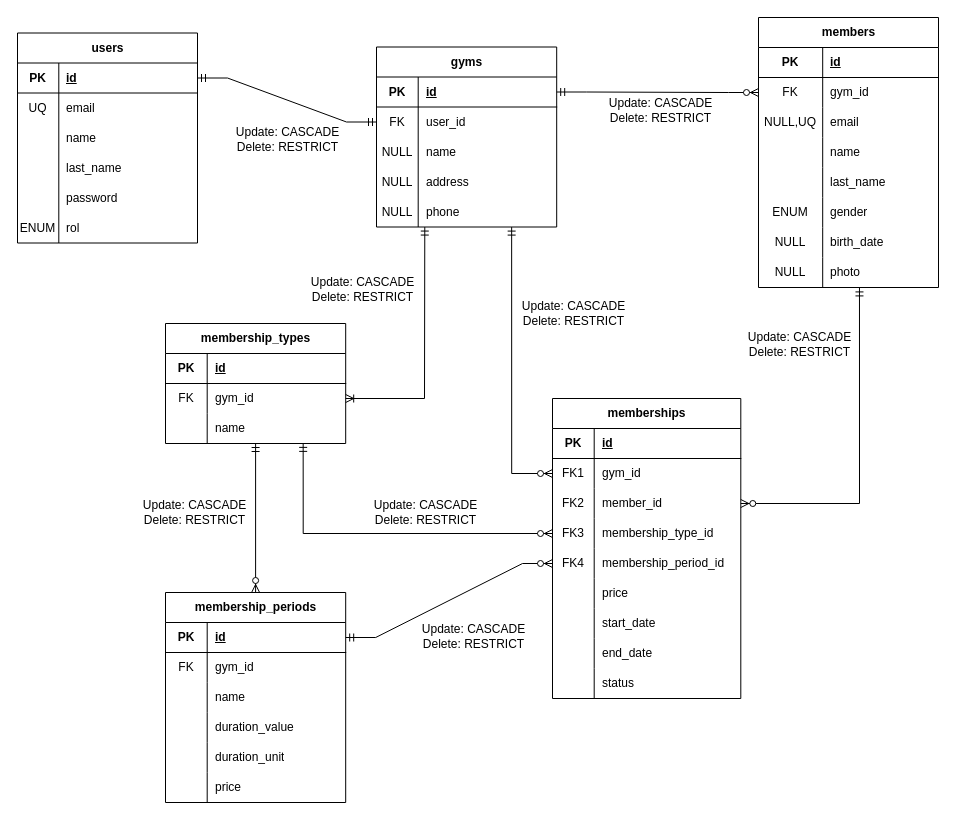
Before: docs/logical-design.drawio in hdz-kevin/Trainly, a draw.io diagram. Source tidied: cells renumbered, new cells numbered last; positions are measured from the earlier drawing's top-left corner, leaving out a move shared by most shapes. Both pictures are drawn from the tidied source at 100%, with x=0, y=0 at pixel (17, 17).
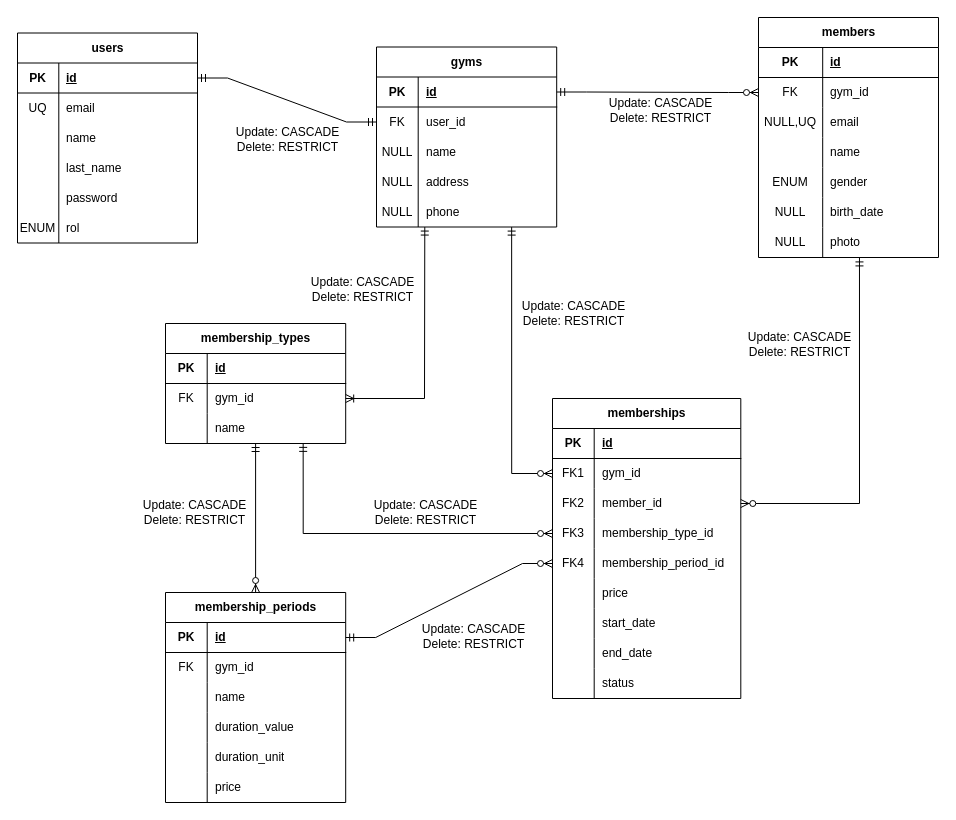
After the change.

Commit message (it also covers changes not shown here):
update db member entity

Change to the diagram source:
```diff
@@
     <mxCell id="39" value="members" style="shape=table;startSize=30;childLayout=tableLayout;rowLines=0;fontStyle=1;align=center;html=1;" parent="1" vertex="1">
-      <mxGeometry x="741" width="180" height="270" as="geometry" />
+      <mxGeometry x="741" width="180" height="240" as="geometry" />
     </mxCell>
@@
-    <mxCell id="52" style="shape=tableRow;horizontal=0;startSize=0;swimlaneHead=0;swimlaneBody=0;fillColor=none;top=0;left=0;right=0;bottom=0;" parent="39" vertex="1">
-      <mxGeometry y="150" width="180" height="30" as="geometry" />
-    </mxCell>
-    <mxCell id="53" style="shape=partialRectangle;fillColor=none;top=0;left=0;bottom=0;right=0;overflow=hidden;whiteSpace=wrap;html=1;" parent="52" vertex="1">
-      <mxGeometry width="64.2" height="30" as="geometry" />
-    </mxCell>
-    <mxCell id="54" value="last_name" style="shape=partialRectangle;fillColor=none;top=0;left=0;bottom=0;right=0;align=left;spacingLeft=6;overflow=hidden;whiteSpace=wrap;html=1;" parent="52" vertex="1">
-      <mxGeometry x="64.2" width="115.8" height="30" as="geometry" />
-    </mxCell>
     <mxCell id="55" style="shape=tableRow;horizontal=0;startSize=0;swimlaneHead=0;swimlaneBody=0;fillColor=none;top=0;left=0;right=0;bottom=0;" parent="39" vertex="1">
-      <mxGeometry y="180" width="180" height="30" as="geometry" />
+      <mxGeometry y="150" width="180" height="30" as="geometry" />
     </mxCell>
@@
     <mxCell id="58" style="shape=tableRow;horizontal=0;startSize=0;swimlaneHead=0;swimlaneBody=0;fillColor=none;top=0;left=0;right=0;bottom=0;" parent="39" vertex="1">
-      <mxGeometry y="210" width="180" height="30" as="geometry" />
+      <mxGeometry y="180" width="180" height="30" as="geometry" />
     </mxCell>
@@
     <mxCell id="61" style="shape=tableRow;horizontal=0;startSize=0;swimlaneHead=0;swimlaneBody=0;fillColor=none;points=[[0,0.5],[1,0.5]];portConstraint=eastwest;top=0;left=0;right=0;bottom=0;" parent="39" vertex="1">
-      <mxGeometry y="240" width="180" height="30" as="geometry" />
+      <mxGeometry y="210" width="180" height="30" as="geometry" />
     </mxCell>
```
